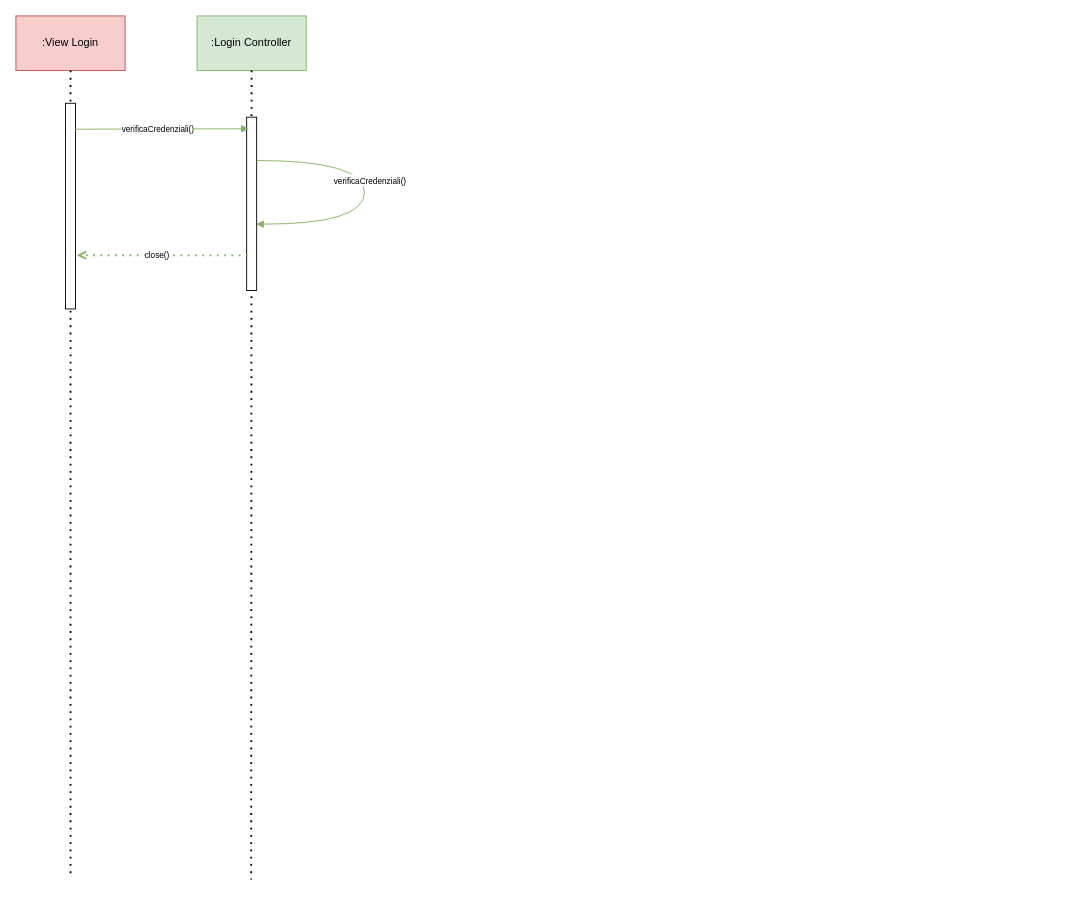
Before: Diagrammi_Package/Interazione/Login.drawio in JosephBoom02/Progetto_Ingegneria_del_Software, a draw.io diagram. Source tidied: cells renumbered, new cells numbered last; positions are measured from the earlier drawing's top-left corner, leaving out a move shared by most shapes. Both pictures are drawn from the tidied source at 91%, with x=0, y=0 at pixel (-33, 15).
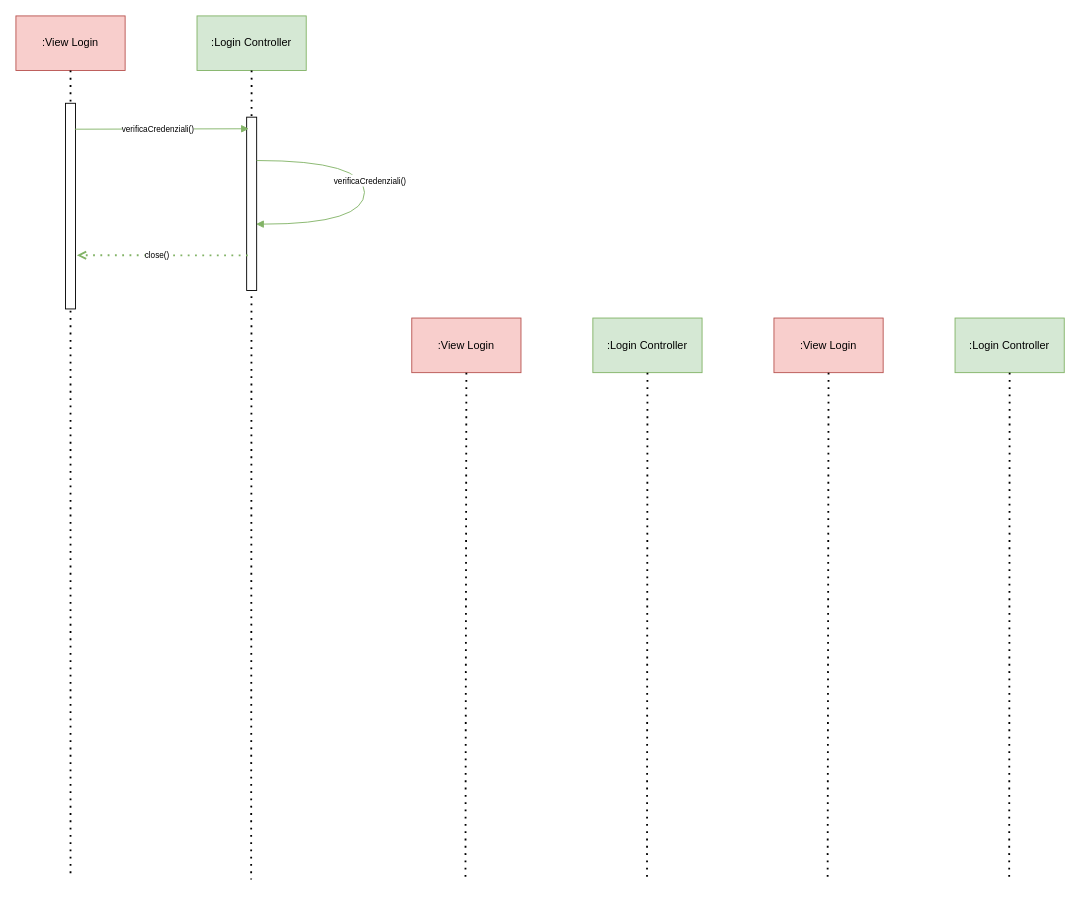
The same page after the edit.

What changed in the source:
```diff
@@
+    <mxCell id="14" value=":View Login" style="rounded=0;whiteSpace=wrap;html=1;fillColor=#f8cecc;strokeColor=#b85450;" parent="1" vertex="1">
+      <mxGeometry x="488" y="332" width="120" height="60" as="geometry" />
+    </mxCell>
+    <mxCell id="15" value=":Login Controller" style="rounded=0;whiteSpace=wrap;html=1;fillColor=#d5e8d4;strokeColor=#82b366;" parent="1" vertex="1">
+      <mxGeometry x="687" y="332" width="120" height="60" as="geometry" />
+    </mxCell>
+    <mxCell id="16" style="endArrow=none;dashed=1;html=1;dashPattern=1 3;strokeWidth=2;rounded=0;exitX=0.5;exitY=1;exitDx=0;exitDy=0;" parent="1" edge="1" source="14">
+      <mxGeometry relative="1" as="geometry">
+        <mxPoint x="547" y="946" as="targetPoint" />
+      </mxGeometry>
+    </mxCell>
+    <mxCell id="17" style="endArrow=none;dashed=1;html=1;dashPattern=1 3;strokeWidth=2;rounded=0;exitX=0.5;exitY=1;exitDx=0;exitDy=0;" parent="1" edge="1" source="15">
+      <mxGeometry relative="1" as="geometry">
+        <mxPoint x="746.5" y="951" as="targetPoint" />
+      </mxGeometry>
+    </mxCell>
+    <mxCell id="18" value=":View Login" style="rounded=0;whiteSpace=wrap;html=1;fillColor=#f8cecc;strokeColor=#b85450;" parent="1" vertex="1">
+      <mxGeometry x="886" y="332" width="120" height="60" as="geometry" />
+    </mxCell>
+    <mxCell id="19" value=":Login Controller" style="rounded=0;whiteSpace=wrap;html=1;fillColor=#d5e8d4;strokeColor=#82b366;" parent="1" vertex="1">
+      <mxGeometry x="1085" y="332" width="120" height="60" as="geometry" />
+    </mxCell>
+    <mxCell id="20" style="endArrow=none;dashed=1;html=1;dashPattern=1 3;strokeWidth=2;rounded=0;exitX=0.5;exitY=1;exitDx=0;exitDy=0;" parent="1" edge="1" source="18">
+      <mxGeometry relative="1" as="geometry">
+        <mxPoint x="945" y="946" as="targetPoint" />
+      </mxGeometry>
+    </mxCell>
+    <mxCell id="21" style="endArrow=none;dashed=1;html=1;dashPattern=1 3;strokeWidth=2;rounded=0;exitX=0.5;exitY=1;exitDx=0;exitDy=0;" parent="1" edge="1" source="19">
+      <mxGeometry relative="1" as="geometry">
+        <mxPoint x="1144.5" y="951" as="targetPoint" />
+      </mxGeometry>
+    </mxCell>
```
